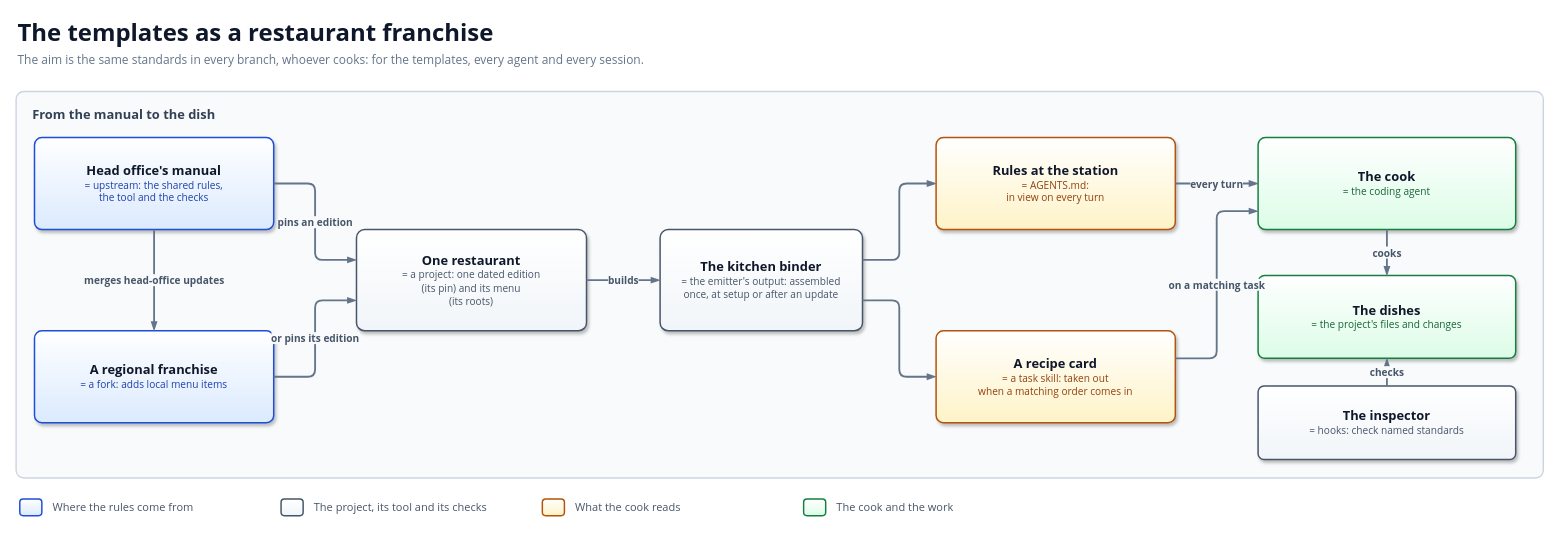
Before: docs/diagrams/primer-franchise.drawio in solid-ai-dev/solid-ai-templates, a draw.io diagram. Source tidied: cells renumbered, new cells numbered last; positions are measured from the earlier drawing's top-left corner, leaving out a move shared by most shapes. Both pictures are drawn from the tidied source at 92%, with x=0, y=0 at pixel (16, 16).
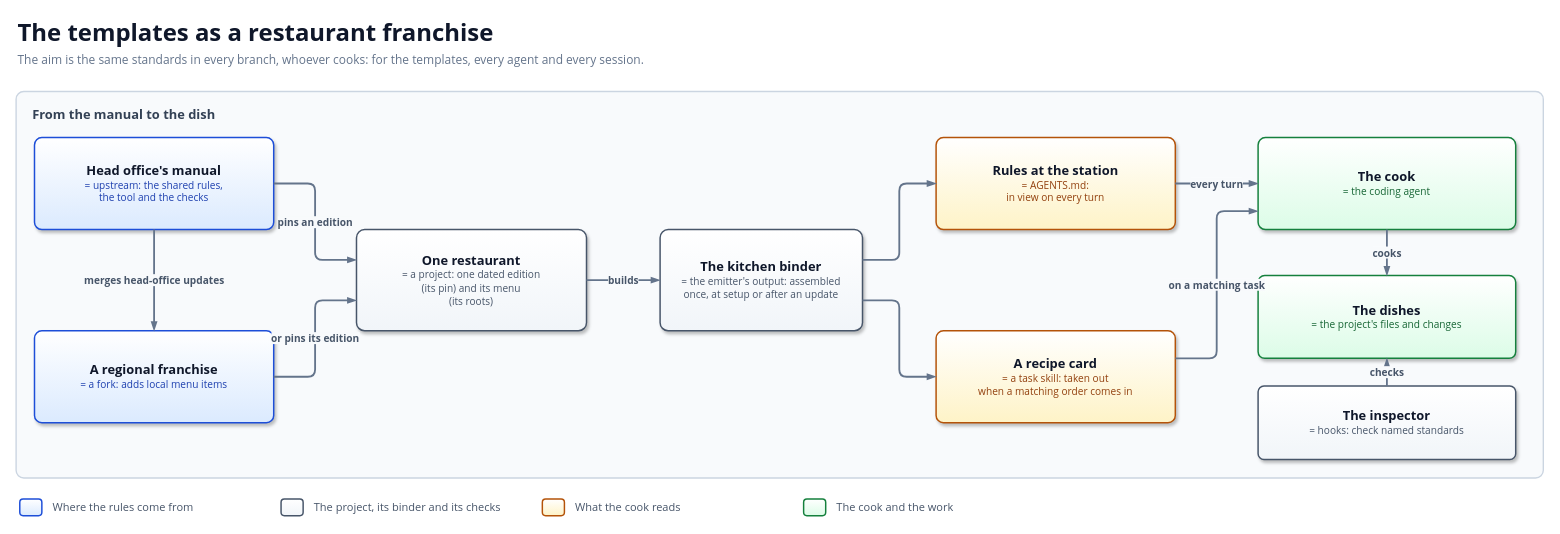
The same page after the edit.

Commit message (it also covers changes not shown here):
docs(primer): name the binder, not a tool, in the franchise legend (#2481)

Claude-Session: https://claude.ai/code/session_01DpT5xNnRJb1cwm2T3M4JoY

Change to the diagram source:
```diff
@@
-    <mxCell id="27" value="The project, its tool and its checks" style="text;html=1;whiteSpace=wrap;strokeColor=none;fillColor=none;align=left;verticalAlign=middle;fontFamily=Segoe UI;fontSize=12;fontColor=#475569;" parent="1" vertex="1">
+    <mxCell id="27" value="The project, its binder and its checks" style="text;html=1;whiteSpace=wrap;strokeColor=none;fillColor=none;align=left;verticalAlign=middle;fontFamily=Segoe UI;fontSize=12;fontColor=#475569;" parent="1" vertex="1">
       <mxGeometry x="322" y="522" width="240" height="24" as="geometry" />
     </mxCell>
```
